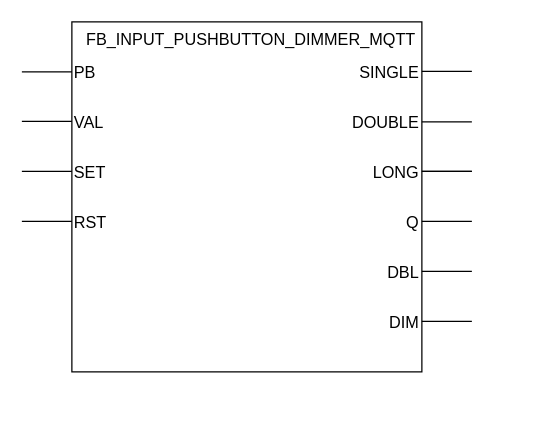
Above: docs/_drawio/FB_INPUT_PUSHBUTTON_DIMMER_MQTT.drawio in MichielVanwelsenaere/HomeAutomation.CoDeSys3 (draw.io), before the change. Source tidied: cells renumbered, new cells numbered last; positions are measured from the earlier drawing's top-left corner, leaving out a move shared by most shapes. Both pictures are drawn from the tidied source at 125%, with x=0, y=0 at pixel (21, 21).
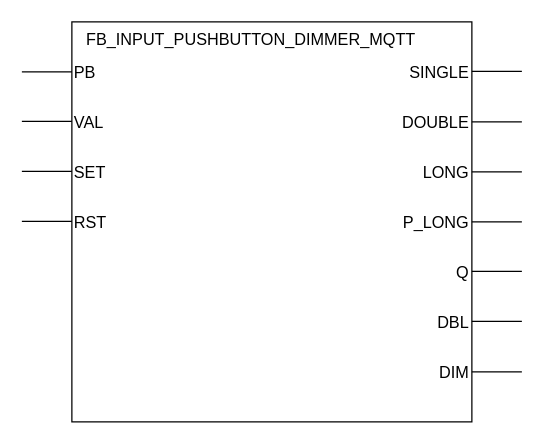
After the change.

Commit message (it also covers changes not shown here):
Feature/fb input pushbutton persistantlongpress (#10)

What changed in the source:
```diff
@@
     <mxCell id="2" style="whiteSpace=wrap;html=1;" parent="1" vertex="1">
-      <mxGeometry x="40" width="280" height="280" as="geometry" />
+      <mxGeometry x="40" width="320" height="320" as="geometry" />
     </mxCell>
@@
     <mxCell id="6" style="endArrow=none;html=1;fontSize=13;" parent="1" edge="1">
       <mxGeometry relative="1" as="geometry">
-        <mxPoint x="320" y="39.5" as="sourcePoint" />
-        <mxPoint x="360" y="39.5" as="targetPoint" />
+        <mxPoint x="360" y="39.5" as="sourcePoint" />
+        <mxPoint x="400" y="39.5" as="targetPoint" />
         <Array as="points">
-          <mxPoint x="320" y="39.5" />
+          <mxPoint x="360" y="39.5" />
         </Array>
       </mxGeometry>
     </mxCell>
     <mxCell id="7" style="endArrow=none;html=1;fontSize=13;" parent="1" edge="1">
       <mxGeometry relative="1" as="geometry">
-        <mxPoint x="320" y="80" as="sourcePoint" />
-        <mxPoint x="360" y="80" as="targetPoint" />
+        <mxPoint x="360" y="80" as="sourcePoint" />
+        <mxPoint x="400" y="80" as="targetPoint" />
         <Array as="points">
-          <mxPoint x="320" y="80" />
+          <mxPoint x="360" y="80" />
         </Array>
       </mxGeometry>
     </mxCell>
-    <mxCell id="8" style="endArrow=none;html=1;fontSize=13;" parent="1" edge="1">
-      <mxGeometry relative="1" as="geometry">
-        <mxPoint x="320" y="119.5" as="sourcePoint" />
-        <mxPoint x="360" y="119.5" as="targetPoint" />
-        <Array as="points">
-          <mxPoint x="320" y="119.5" />
-        </Array>
-      </mxGeometry>
-    </mxCell>
     <mxCell id="9" value="SINGLE" style="text;html=1;strokeColor=none;fillColor=none;align=right;verticalAlign=middle;whiteSpace=wrap;rounded=0;fontSize=13;" parent="1" vertex="1">
-      <mxGeometry x="240" y="30" width="80" height="20" as="geometry" />
+      <mxGeometry x="280" y="30" width="80" height="20" as="geometry" />
     </mxCell>
     <mxCell id="10" value="&lt;div style=&quot;text-align: right&quot;&gt;&lt;span&gt;DOUBLE&lt;/span&gt;&lt;/div&gt;" style="text;html=1;strokeColor=none;fillColor=none;align=right;verticalAlign=middle;whiteSpace=wrap;rounded=0;fontSize=13;" parent="1" vertex="1">
-      <mxGeometry x="240" y="70" width="80" height="20" as="geometry" />
+      <mxGeometry x="280" y="70" width="80" height="20" as="geometry" />
     </mxCell>
     <mxCell id="11" value="&lt;div style=&quot;text-align: right&quot;&gt;&lt;span&gt;LONG&lt;/span&gt;&lt;/div&gt;" style="text;html=1;strokeColor=none;fillColor=none;align=right;verticalAlign=middle;whiteSpace=wrap;rounded=0;fontSize=13;" parent="1" vertex="1">
-      <mxGeometry x="240" y="110" width="80" height="20" as="geometry" />
+      <mxGeometry x="280" y="110" width="80" height="20" as="geometry" />
     </mxCell>
-    <mxCell id="12" style="edgeStyle=orthogonalEdgeStyle;rounded=0;orthogonalLoop=1;jettySize=auto;html=1;exitX=0.5;exitY=1;exitDx=0;exitDy=0;" parent="1" edge="1" source="2" target="2">
-      <mxGeometry relative="1" as="geometry" />
-    </mxCell>
     <mxCell id="13" value="&lt;div style=&quot;text-align: right&quot;&gt;&lt;span&gt;Q&lt;/span&gt;&lt;/div&gt;" style="text;html=1;strokeColor=none;fillColor=none;align=right;verticalAlign=middle;whiteSpace=wrap;rounded=0;fontSize=13;" parent="1" vertex="1">
-      <mxGeometry x="240" y="150" width="80" height="20" as="geometry" />
+      <mxGeometry x="280" y="190" width="80" height="20" as="geometry" />
     </mxCell>
     <mxCell id="14" value="&lt;div style=&quot;text-align: right&quot;&gt;&lt;span&gt;DBL&lt;/span&gt;&lt;/div&gt;" style="text;html=1;strokeColor=none;fillColor=none;align=right;verticalAlign=middle;whiteSpace=wrap;rounded=0;fontSize=13;" parent="1" vertex="1">
-      <mxGeometry x="240" y="190" width="80" height="20" as="geometry" />
+      <mxGeometry x="280" y="230" width="80" height="20" as="geometry" />
     </mxCell>
     <mxCell id="15" value="&lt;div style=&quot;text-align: right&quot;&gt;&lt;span&gt;DIM&lt;/span&gt;&lt;/div&gt;" style="text;html=1;strokeColor=none;fillColor=none;align=right;verticalAlign=middle;whiteSpace=wrap;rounded=0;fontSize=13;" parent="1" vertex="1">
-      <mxGeometry x="240" y="230" width="80" height="20" as="geometry" />
+      <mxGeometry x="280" y="270" width="80" height="20" as="geometry" />
     </mxCell>
     <mxCell id="16" style="endArrow=none;html=1;fontSize=13;" parent="1" edge="1">
       <mxGeometry relative="1" as="geometry">
-        <mxPoint x="320" y="119.5" as="sourcePoint" />
-        <mxPoint x="360" y="119.5" as="targetPoint" />
+        <mxPoint x="360" y="120" as="sourcePoint" />
+        <mxPoint x="400" y="120" as="targetPoint" />
       </mxGeometry>
     </mxCell>
     <mxCell id="17" style="endArrow=none;html=1;fontSize=13;" parent="1" edge="1">
       <mxGeometry relative="1" as="geometry">
-        <mxPoint x="320" y="159.5" as="sourcePoint" />
-        <mxPoint x="360" y="159.5" as="targetPoint" />
+        <mxPoint x="360" y="160" as="sourcePoint" />
+        <mxPoint x="400" y="160" as="targetPoint" />
       </mxGeometry>
     </mxCell>
     <mxCell id="18" style="endArrow=none;html=1;fontSize=13;" parent="1" edge="1">
       <mxGeometry relative="1" as="geometry">
-        <mxPoint x="320" y="199.5" as="sourcePoint" />
-        <mxPoint x="360" y="199.5" as="targetPoint" />
+        <mxPoint x="360" y="239.5" as="sourcePoint" />
+        <mxPoint x="400" y="239.5" as="targetPoint" />
       </mxGeometry>
     </mxCell>
     <mxCell id="19" style="endArrow=none;html=1;fontSize=13;" parent="1" edge="1">
       <mxGeometry relative="1" as="geometry">
-        <mxPoint x="320" y="239.5" as="sourcePoint" />
-        <mxPoint x="360" y="239.5" as="targetPoint" />
+        <mxPoint x="360" y="280" as="sourcePoint" />
+        <mxPoint x="400" y="280" as="targetPoint" />
       </mxGeometry>
     </mxCell>
@@
+    <mxCell id="26" style="endArrow=none;html=1;fontSize=13;" parent="1" edge="1">
+      <mxGeometry relative="1" as="geometry">
+        <mxPoint x="360" y="199.5" as="sourcePoint" />
+        <mxPoint x="400" y="199.5" as="targetPoint" />
+      </mxGeometry>
+    </mxCell>
+    <mxCell id="27" value="&lt;div style=&quot;text-align: right&quot;&gt;&lt;span&gt;P_LONG&lt;/span&gt;&lt;/div&gt;" style="text;html=1;strokeColor=none;fillColor=none;align=right;verticalAlign=middle;whiteSpace=wrap;rounded=0;fontSize=13;" parent="1" vertex="1">
+      <mxGeometry x="280" y="150" width="80" height="20" as="geometry" />
+    </mxCell>
```
